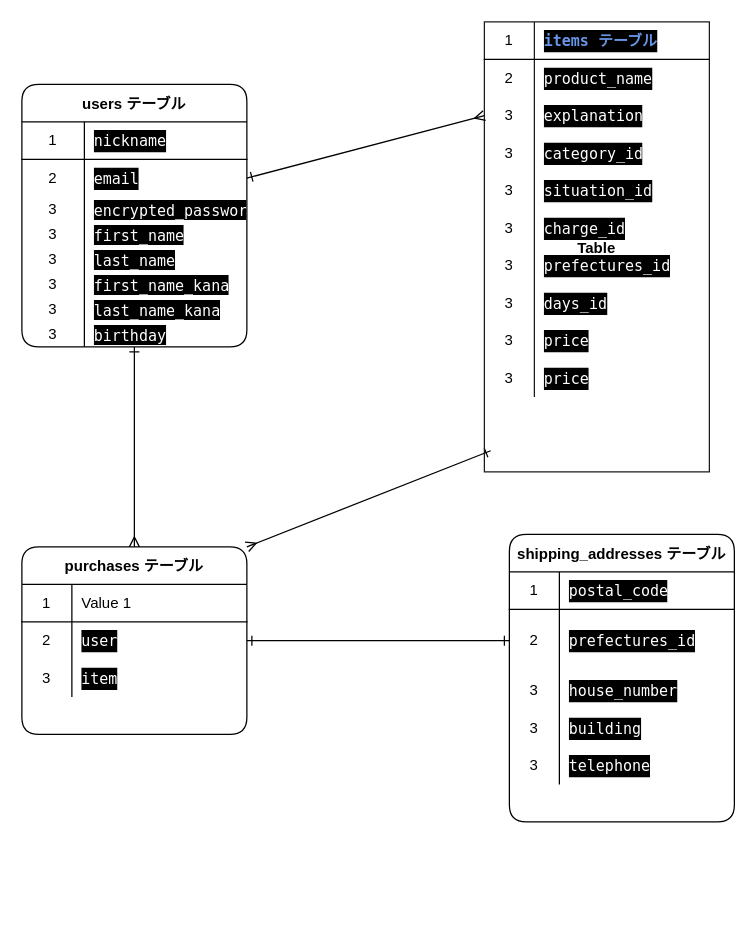
This is er.dio from umeharaharuki/furima-37874, a draw.io file, before an edit. Source tidied: cells renumbered, new cells numbered last; positions are measured from the earlier drawing's top-left corner, leaving out a move shared by most shapes. Both pictures are drawn from the tidied source at 125%, with x=0, y=0 at pixel (21, 21).
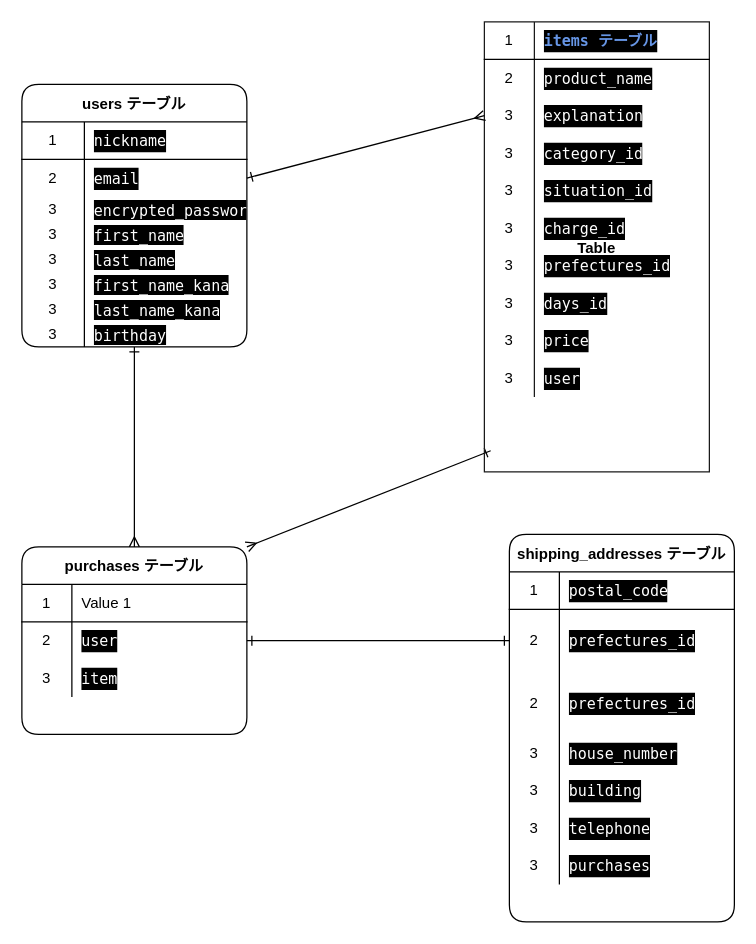
The same diagram, later.

Unchanged cells that the change refers to:
```xml
<mxCell id="57" style="shape=partialRectangle;html=1;whiteSpace=wrap;fillColor=none;top=0;left=0;bottom=0;right=0;rounded=1;" parent="29" vertex="1">
  <mxGeometry y="270" width="180" height="30" as="geometry" />
</mxCell>
```

What changed in the source:
```diff
@@
-    <mxCell id="59" value="&lt;div style=&quot;color: rgb(255 , 255 , 255) ; background-color: rgb(0 , 0 , 0) ; font-family: &amp;#34;menlo&amp;#34; , &amp;#34;monaco&amp;#34; , &amp;#34;courier new&amp;#34; , monospace ; line-height: 18px&quot;&gt;&lt;div style=&quot;font-family: &amp;#34;menlo&amp;#34; , &amp;#34;monaco&amp;#34; , &amp;#34;courier new&amp;#34; , monospace ; line-height: 18px&quot;&gt;&lt;div style=&quot;font-family: &amp;#34;menlo&amp;#34; , &amp;#34;monaco&amp;#34; , &amp;#34;courier new&amp;#34; , monospace ; line-height: 18px&quot;&gt;&lt;div style=&quot;font-family: &amp;#34;menlo&amp;#34; , &amp;#34;monaco&amp;#34; , &amp;#34;courier new&amp;#34; , monospace ; line-height: 18px&quot;&gt;price&lt;/div&gt;&lt;/div&gt;&lt;/div&gt;&lt;/div&gt;" style="shape=partialRectangle;html=1;whiteSpace=wrap;fillColor=none;top=0;left=0;bottom=0;right=0;align=left;spacingLeft=6;overflow=hidden;rounded=1;" parent="57" vertex="1">
+    <mxCell id="59" value="&lt;div style=&quot;color: rgb(255 , 255 , 255) ; background-color: rgb(0 , 0 , 0) ; font-family: &amp;#34;menlo&amp;#34; , &amp;#34;monaco&amp;#34; , &amp;#34;courier new&amp;#34; , monospace ; line-height: 18px&quot;&gt;&lt;div style=&quot;font-family: &amp;#34;menlo&amp;#34; , &amp;#34;monaco&amp;#34; , &amp;#34;courier new&amp;#34; , monospace ; line-height: 18px&quot;&gt;&lt;div style=&quot;font-family: &amp;#34;menlo&amp;#34; , &amp;#34;monaco&amp;#34; , &amp;#34;courier new&amp;#34; , monospace ; line-height: 18px&quot;&gt;&lt;div style=&quot;font-family: &amp;#34;menlo&amp;#34; , &amp;#34;monaco&amp;#34; , &amp;#34;courier new&amp;#34; , monospace ; line-height: 18px&quot;&gt;&lt;div style=&quot;font-family: &amp;#34;menlo&amp;#34; , &amp;#34;monaco&amp;#34; , &amp;#34;courier new&amp;#34; , monospace ; line-height: 18px&quot;&gt;user&lt;/div&gt;&lt;/div&gt;&lt;/div&gt;&lt;/div&gt;&lt;/div&gt;" style="shape=partialRectangle;html=1;whiteSpace=wrap;fillColor=none;top=0;left=0;bottom=0;right=0;align=left;spacingLeft=6;overflow=hidden;rounded=1;" parent="57" vertex="1">
       <mxGeometry x="40" width="140" height="30" as="geometry" />
     </mxCell>
@@
     <mxCell id="70" value="shipping_addresses テーブル" style="shape=table;startSize=30;childLayout=tableLayout;rowLines=0;fontStyle=1;align=center;rounded=1;" parent="1" vertex="1">
-      <mxGeometry x="390" y="410" width="180" height="230" as="geometry" />
+      <mxGeometry x="390" y="410" width="180" height="310" as="geometry" />
     </mxCell>
@@
+    <mxCell id="88" style="shape=partialRectangle;html=1;whiteSpace=wrap;fillColor=none;top=0;left=0;bottom=0;right=0;rounded=1;" parent="70" vertex="1">
+      <mxGeometry y="110" width="180" height="50" as="geometry" />
+    </mxCell>
+    <mxCell id="89" value="2" style="shape=partialRectangle;html=1;whiteSpace=wrap;fillColor=none;top=0;left=0;bottom=0;right=0;overflow=hidden;rounded=1;" parent="88" vertex="1">
+      <mxGeometry width="40" height="50" as="geometry" />
+    </mxCell>
+    <mxCell id="90" value="&lt;div style=&quot;color: rgb(255 , 255 , 255) ; background-color: rgb(0 , 0 , 0) ; font-family: &amp;#34;menlo&amp;#34; , &amp;#34;monaco&amp;#34; , &amp;#34;courier new&amp;#34; , monospace ; line-height: 18px&quot;&gt;prefectures_id&lt;/div&gt;" style="shape=partialRectangle;html=1;whiteSpace=wrap;fillColor=none;top=0;left=0;bottom=0;right=0;align=left;spacingLeft=6;overflow=hidden;rounded=1;" parent="88" vertex="1">
+      <mxGeometry x="40" width="140" height="50" as="geometry" />
+    </mxCell>
     <mxCell id="77" style="shape=partialRectangle;html=1;whiteSpace=wrap;fillColor=none;top=0;left=0;bottom=0;right=0;rounded=1;" parent="70" vertex="1">
-      <mxGeometry y="110" width="180" height="30" as="geometry" />
+      <mxGeometry y="160" width="180" height="30" as="geometry" />
     </mxCell>
@@
     <mxCell id="80" style="shape=partialRectangle;html=1;whiteSpace=wrap;fillColor=none;top=0;left=0;bottom=0;right=0;rounded=1;" parent="70" vertex="1">
-      <mxGeometry y="140" width="180" height="30" as="geometry" />
+      <mxGeometry y="190" width="180" height="30" as="geometry" />
     </mxCell>
@@
     <mxCell id="83" style="shape=partialRectangle;html=1;whiteSpace=wrap;fillColor=none;top=0;left=0;bottom=0;right=0;rounded=1;" parent="70" vertex="1">
-      <mxGeometry y="170" width="180" height="30" as="geometry" />
+      <mxGeometry y="220" width="180" height="30" as="geometry" />
     </mxCell>
@@
+    <mxCell id="91" style="shape=partialRectangle;html=1;whiteSpace=wrap;fillColor=none;top=0;left=0;bottom=0;right=0;rounded=1;" parent="70" vertex="1">
+      <mxGeometry y="250" width="180" height="30" as="geometry" />
+    </mxCell>
+    <mxCell id="92" value="3" style="shape=partialRectangle;html=1;whiteSpace=wrap;fillColor=none;top=0;left=0;bottom=0;right=0;overflow=hidden;rounded=1;" parent="91" vertex="1">
+      <mxGeometry width="40" height="30" as="geometry" />
+    </mxCell>
+    <mxCell id="93" value="&lt;div style=&quot;color: rgb(255 , 255 , 255) ; background-color: rgb(0 , 0 , 0) ; font-family: &amp;#34;menlo&amp;#34; , &amp;#34;monaco&amp;#34; , &amp;#34;courier new&amp;#34; , monospace ; line-height: 18px&quot;&gt;&lt;div style=&quot;font-family: &amp;#34;menlo&amp;#34; , &amp;#34;monaco&amp;#34; , &amp;#34;courier new&amp;#34; , monospace ; line-height: 18px&quot;&gt;&lt;div style=&quot;font-family: &amp;#34;menlo&amp;#34; , &amp;#34;monaco&amp;#34; , &amp;#34;courier new&amp;#34; , monospace ; line-height: 18px&quot;&gt;&lt;div style=&quot;font-family: &amp;#34;menlo&amp;#34; , &amp;#34;monaco&amp;#34; , &amp;#34;courier new&amp;#34; , monospace ; line-height: 18px&quot;&gt;purchases&lt;/div&gt;&lt;/div&gt;&lt;/div&gt;&lt;/div&gt;" style="shape=partialRectangle;html=1;whiteSpace=wrap;fillColor=none;top=0;left=0;bottom=0;right=0;align=left;spacingLeft=6;overflow=hidden;rounded=1;" parent="91" vertex="1">
+      <mxGeometry x="40" width="140" height="30" as="geometry" />
+    </mxCell>
```
